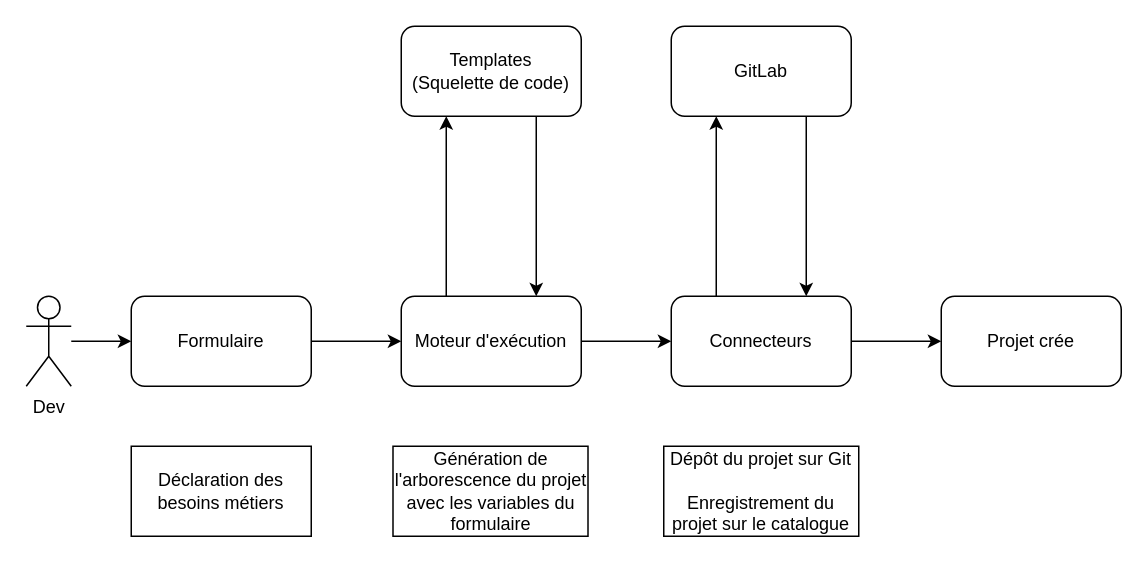
Earlier version of the draw.io diagram 4-3.drawio (Rayane759/rapport-stage). Source tidied: cells renumbered, new cells numbered last; positions are measured from the earlier drawing's top-left corner, leaving out a move shared by most shapes. Both pictures are drawn from the tidied source at 150%, with x=0, y=0 at pixel (26, 26). Pictures stored in the file or linked from it are replaced by grey dashed boxes.
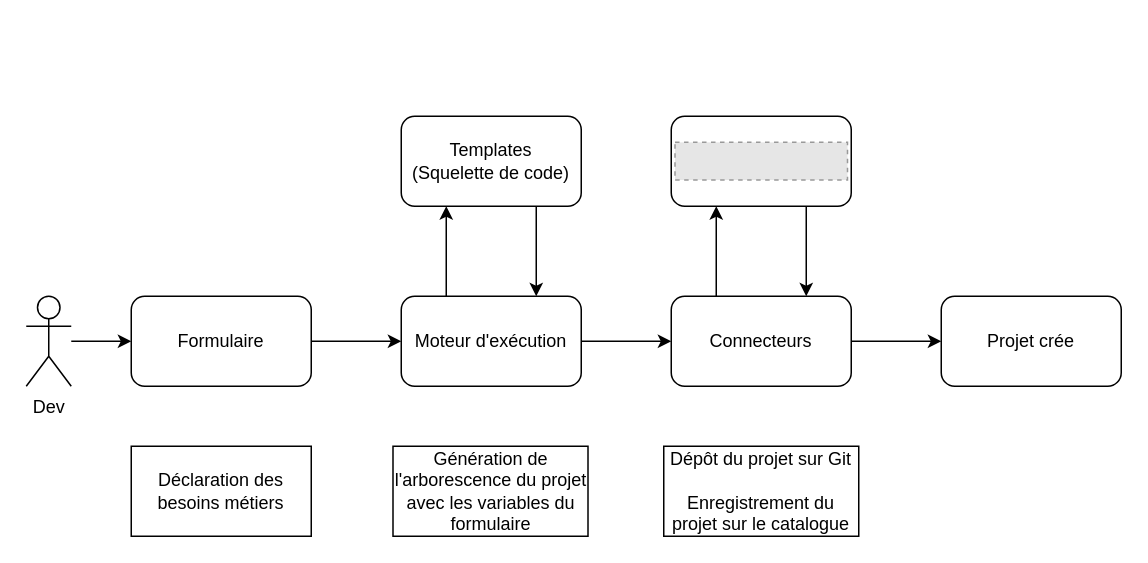
The same page after the edit.

Change to the diagram source:
```diff
@@
     <mxCell id="11" value="Templates&lt;div&gt;(Squelette de code)&lt;/div&gt;" style="rounded=1;whiteSpace=wrap;html=1;" parent="1" vertex="1">
-      <mxGeometry x="250" width="120" height="60" as="geometry" />
+      <mxGeometry x="250" y="60" width="120" height="60" as="geometry" />
     </mxCell>
@@
-    <mxCell id="15" value="GitLab" style="rounded=1;whiteSpace=wrap;html=1;" parent="1" vertex="1">
-      <mxGeometry x="430" width="120" height="60" as="geometry" />
+    <mxCell id="15" style="rounded=1;whiteSpace=wrap;html=1;" parent="1" vertex="1">
+      <mxGeometry x="430" y="60" width="120" height="60" as="geometry" />
     </mxCell>
@@
+    <mxCell id="20" style="fillColor=#E6E6E6;strokeColor=#999999;dashed=1;verticalLabelPosition=bottom;labelBackgroundColor=default;verticalAlign=top;" parent="1" vertex="1">
+      <mxGeometry x="432.5" y="77.4" width="115" height="25.1" as="geometry" />
+    </mxCell>
```
